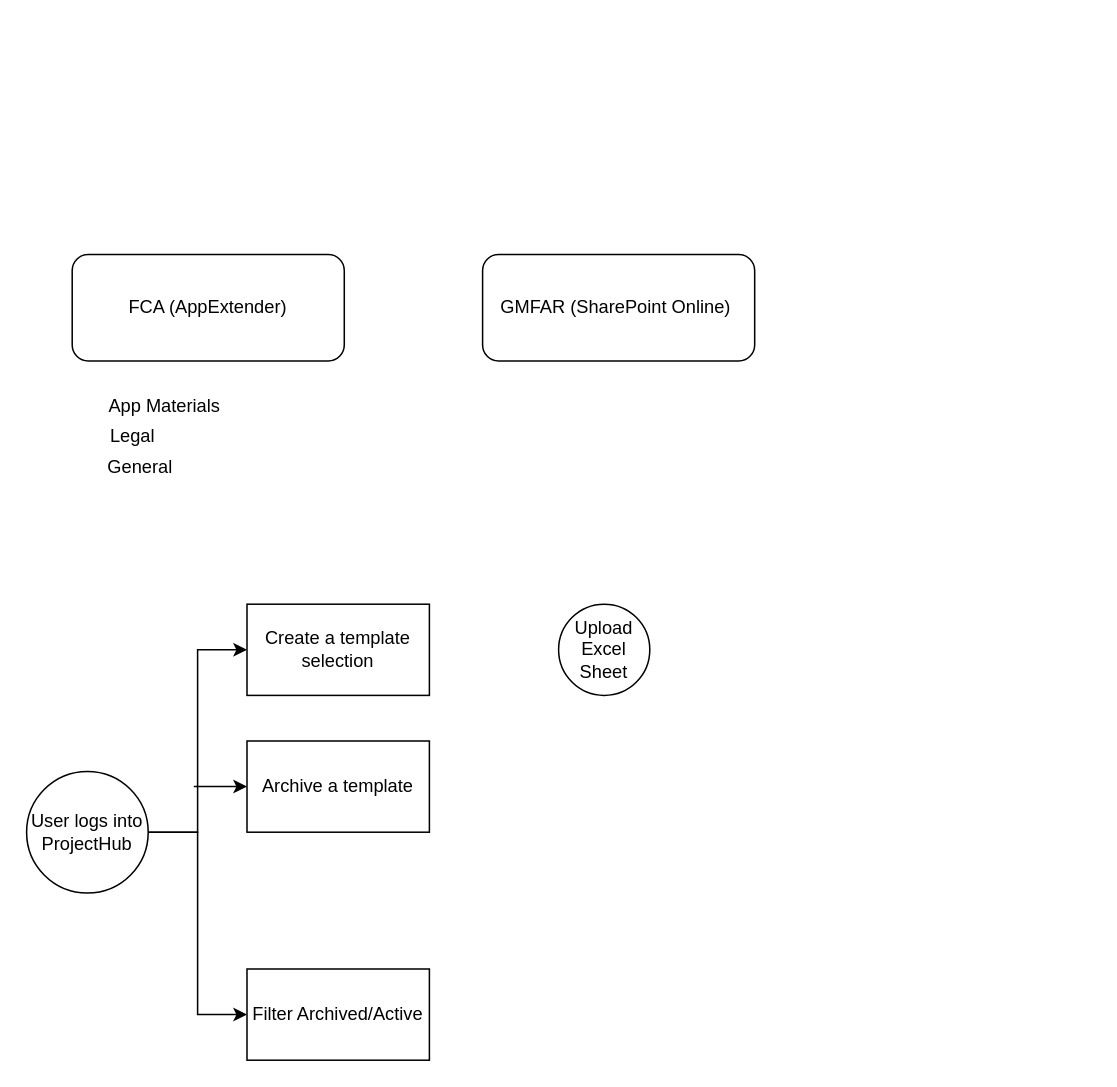
Above: page "ProjectHub Template" (6 of 7) of Nintex Workflow Cloud.drawio in ednat14/edna (draw.io), before the change. Source tidied: cells renumbered, new cells numbered last; positions are measured from the earlier drawing's top-left corner, leaving out a move shared by most shapes. Both pictures are drawn from the tidied source at 152%, with x=0, y=0 at pixel (26, 254).
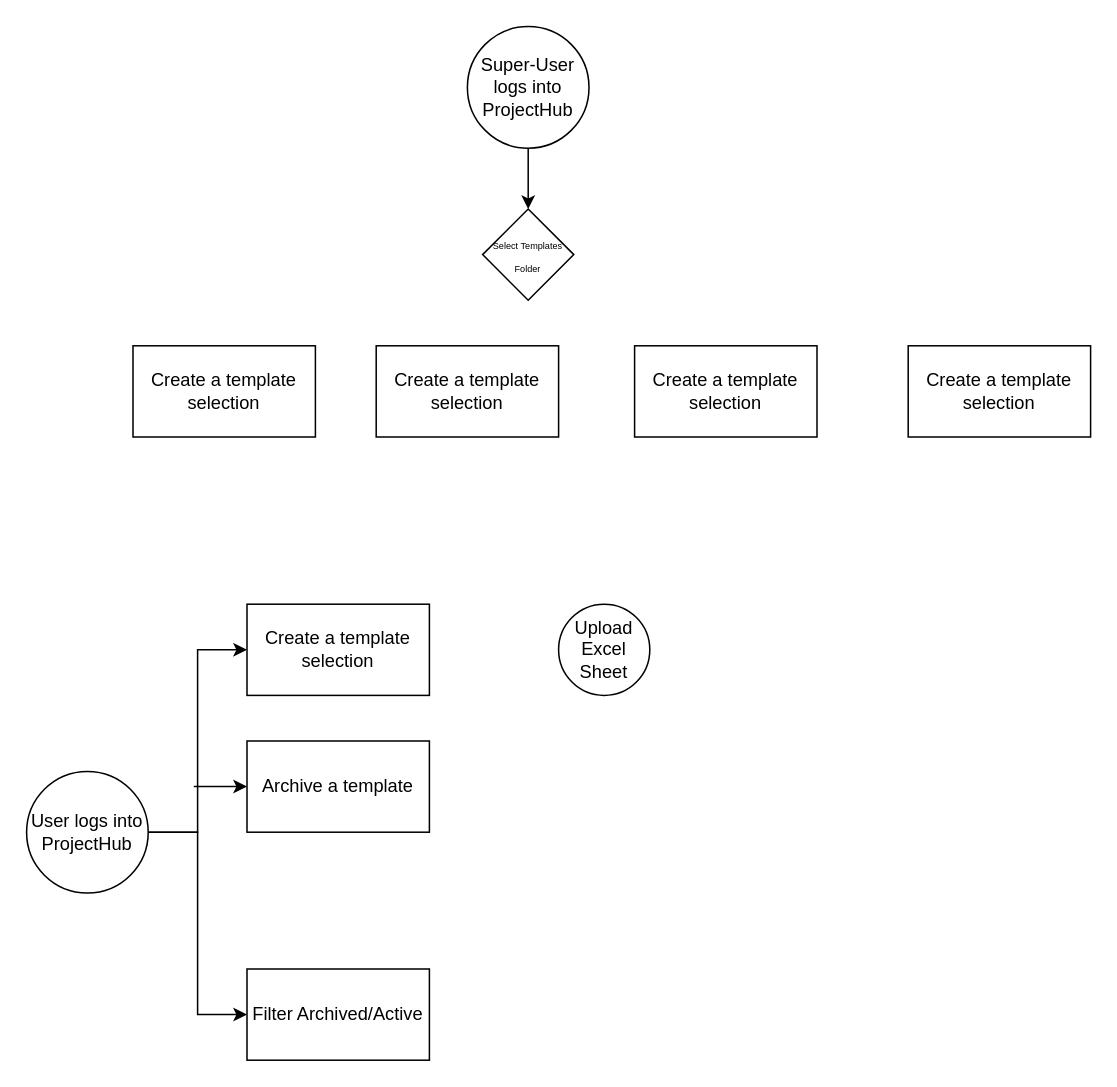
The same page after the edit.

Diff of the diagram source:
```diff
@@
 <mxGraphModel>
   <root>
     <mxCell id="0" />
     <mxCell id="1" parent="0" />
-    <mxCell id="2" value="FCA (AppExtender)" style="rounded=1;whiteSpace=wrap;html=1;" parent="1" vertex="1">
-      <mxGeometry x="30" width="179" height="70" as="geometry" />
-    </mxCell>
-    <mxCell id="3" value="GMFAR (SharePoint Online)&amp;nbsp;" style="rounded=1;whiteSpace=wrap;html=1;" parent="1" vertex="1">
-      <mxGeometry x="300" width="179" height="70" as="geometry" />
-    </mxCell>
-    <mxCell id="4" value="App Materials" style="text;html=1;strokeColor=none;fillColor=none;align=center;verticalAlign=middle;whiteSpace=wrap;rounded=0;" parent="1" vertex="1">
-      <mxGeometry x="40.5" y="90" width="100" height="20" as="geometry" />
-    </mxCell>
-    <mxCell id="5" value="Legal" style="text;html=1;strokeColor=none;fillColor=none;align=center;verticalAlign=middle;whiteSpace=wrap;rounded=0;" parent="1" vertex="1">
-      <mxGeometry x="30" y="110" width="80" height="20" as="geometry" />
-    </mxCell>
-    <mxCell id="6" value="General" style="text;html=1;strokeColor=none;fillColor=none;align=center;verticalAlign=middle;whiteSpace=wrap;rounded=0;" parent="1" vertex="1">
-      <mxGeometry x="35" y="130" width="80" height="20" as="geometry" />
-    </mxCell>
     <mxCell id="7" style="edgeStyle=orthogonalEdgeStyle;rounded=0;jettySize=auto;html=1;entryX=0;entryY=0.5;entryDx=0;entryDy=0;" parent="1" edge="1" source="9" target="10">
       <mxGeometry relative="1" as="geometry" />
     </mxCell>
     <mxCell id="8" style="edgeStyle=orthogonalEdgeStyle;rounded=0;jettySize=auto;html=1;exitX=1;exitY=0.5;exitDx=0;exitDy=0;entryX=0;entryY=0.5;entryDx=0;entryDy=0;" parent="1" edge="1" source="9" target="11">
       <mxGeometry relative="1" as="geometry" />
     </mxCell>
     <mxCell id="9" value="User logs into ProjectHub" style="ellipse;whiteSpace=wrap;html=1;" parent="1" vertex="1">
       <mxGeometry y="340" width="80" height="80" as="geometry" />
     </mxCell>
     <mxCell id="10" value="Create a template selection" style="rounded=0;whiteSpace=wrap;html=1;" parent="1" vertex="1">
       <mxGeometry x="145" y="230" width="120" height="60" as="geometry" />
     </mxCell>
     <mxCell id="11" value="Filter Archived/Active" style="rounded=0;whiteSpace=wrap;html=1;" parent="1" vertex="1">
       <mxGeometry x="145" y="470" width="120" height="60" as="geometry" />
     </mxCell>
     <mxCell id="12" value="Upload Excel Sheet" style="ellipse;whiteSpace=wrap;html=1;" parent="1" vertex="1">
       <mxGeometry x="350" y="230" width="60" height="60" as="geometry" />
     </mxCell>
     <mxCell id="13" style="edgeStyle=orthogonalEdgeStyle;rounded=0;jettySize=auto;html=1;endArrow=none;endFill=0;startArrow=classic;startFill=1;" parent="1" edge="1" source="14">
       <mxGeometry relative="1" as="geometry">
         <mxPoint x="110" y="350" as="targetPoint" />
       </mxGeometry>
     </mxCell>
     <mxCell id="14" value="Archive a template" style="rounded=0;whiteSpace=wrap;html=1;" parent="1" vertex="1">
       <mxGeometry x="145" y="320" width="120" height="60" as="geometry" />
     </mxCell>
+    <mxCell id="15" style="edgeStyle=orthogonalEdgeStyle;rounded=0;jettySize=auto;html=1;exitX=0.5;exitY=1;exitDx=0;exitDy=0;entryX=0.5;entryY=0;entryDx=0;entryDy=0;" parent="1" edge="1" source="16" target="17">
+      <mxGeometry relative="1" as="geometry" />
+    </mxCell>
+    <mxCell id="16" value="Super-User logs into ProjectHub" style="ellipse;whiteSpace=wrap;html=1;" parent="1" vertex="1">
+      <mxGeometry x="290" y="-150" width="80" height="80" as="geometry" />
+    </mxCell>
+    <mxCell id="17" value="&lt;font style=&quot;font-size: 6px&quot;&gt;Select Templates Folder&lt;/font&gt;" style="rhombus;whiteSpace=wrap;html=1;" parent="1" vertex="1">
+      <mxGeometry x="300" y="-30" width="60" height="60" as="geometry" />
+    </mxCell>
+    <mxCell id="18" value="Create a template selection" style="rounded=0;whiteSpace=wrap;html=1;" parent="1" vertex="1">
+      <mxGeometry x="70" y="60" width="120" height="60" as="geometry" />
+    </mxCell>
+    <mxCell id="19" value="Create a template selection" style="rounded=0;whiteSpace=wrap;html=1;" parent="1" vertex="1">
+      <mxGeometry x="230" y="60" width="120" height="60" as="geometry" />
+    </mxCell>
+    <mxCell id="20" value="Create a template selection" style="rounded=0;whiteSpace=wrap;html=1;" parent="1" vertex="1">
+      <mxGeometry x="400" y="60" width="120" height="60" as="geometry" />
+    </mxCell>
+    <mxCell id="21" value="Create a template selection" style="rounded=0;whiteSpace=wrap;html=1;" parent="1" vertex="1">
+      <mxGeometry x="580" y="60" width="120" height="60" as="geometry" />
+    </mxCell>
   </root>
 </mxGraphModel>
```
